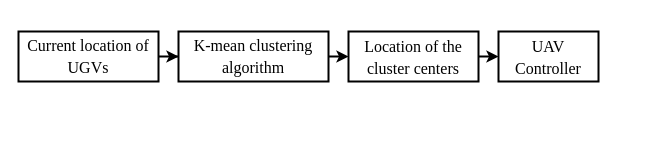
Above: block_diagram_of_path_planning.drawio in mrinmoysarkar/draw_io_projects (draw.io), before the change. Source tidied: cells renumbered, new cells numbered last; positions are measured from the earlier drawing's top-left corner, leaving out a move shared by most shapes. Both pictures are drawn from the tidied source at 100%, with x=0, y=0 at pixel (18, 31).
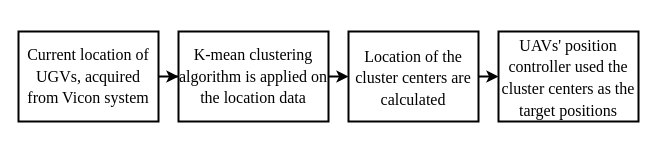
Above is the later version.

Commit message (it also covers changes not shown here):
path planning block diagram is changed

Diff of the diagram source:
```diff
@@
 <mxGraphModel>
   <root>
     <mxCell id="0" />
     <mxCell id="1" parent="0" />
     <mxCell id="2" style="edgeStyle=orthogonalEdgeStyle;rounded=0;jettySize=auto;html=1;exitX=1;exitY=0.5;exitDx=0;exitDy=0;strokeWidth=2;" parent="1" edge="1" source="3" target="5">
       <mxGeometry relative="1" as="geometry" />
     </mxCell>
-    <mxCell id="3" value="&lt;h2&gt;&lt;font face=&quot;Times New Roman&quot; style=&quot;font-weight: normal ; font-size: 16px&quot;&gt;Current location of UGVs&lt;/font&gt;&lt;/h2&gt;" style="rounded=0;whiteSpace=wrap;html=1;strokeWidth=2;" parent="1" vertex="1">
-      <mxGeometry width="140" height="50" as="geometry" />
+    <mxCell id="3" value="&lt;h2&gt;&lt;font face=&quot;Times New Roman&quot; style=&quot;font-weight: normal ; font-size: 16px&quot;&gt;Current location of UGVs, acquired from Vicon system&lt;/font&gt;&lt;/h2&gt;" style="rounded=0;whiteSpace=wrap;html=1;strokeWidth=2;" parent="1" vertex="1">
+      <mxGeometry width="140" height="90" as="geometry" />
     </mxCell>
     <mxCell id="4" style="edgeStyle=orthogonalEdgeStyle;rounded=0;jettySize=auto;html=1;exitX=1;exitY=0.5;exitDx=0;exitDy=0;entryX=0;entryY=0.5;entryDx=0;entryDy=0;strokeWidth=2;" parent="1" edge="1" source="5" target="7">
       <mxGeometry relative="1" as="geometry" />
     </mxCell>
-    <mxCell id="5" value="&lt;h2&gt;&lt;/h2&gt;&lt;h2&gt;&lt;font face=&quot;Times New Roman&quot; style=&quot;font-weight: normal ; font-size: 16px&quot;&gt;K-mean clustering algorithm&lt;/font&gt;&lt;/h2&gt;" style="rounded=0;whiteSpace=wrap;html=1;strokeWidth=2;" parent="1" vertex="1">
-      <mxGeometry x="160" width="150" height="50" as="geometry" />
+    <mxCell id="5" value="&lt;h2&gt;&lt;/h2&gt;&lt;h2&gt;&lt;font face=&quot;Times New Roman&quot; style=&quot;font-weight: normal ; font-size: 16px&quot;&gt;K-mean clustering algorithm is applied on the location data&lt;/font&gt;&lt;/h2&gt;" style="rounded=0;whiteSpace=wrap;html=1;strokeWidth=2;" parent="1" vertex="1">
+      <mxGeometry x="160" width="150" height="90" as="geometry" />
     </mxCell>
     <mxCell id="6" style="edgeStyle=orthogonalEdgeStyle;rounded=0;jettySize=auto;html=1;exitX=1;exitY=0.5;exitDx=0;exitDy=0;entryX=0;entryY=0.5;entryDx=0;entryDy=0;strokeWidth=2;" parent="1" edge="1" source="7" target="8">
       <mxGeometry relative="1" as="geometry" />
     </mxCell>
-    <mxCell id="7" value="&lt;h2&gt;&lt;p align=&quot;center&quot;&gt;&lt;/p&gt;&lt;/h2&gt;&lt;h2&gt;&lt;span style=&quot;font-weight: normal&quot;&gt;&lt;font face=&quot;Times New Roman&quot; style=&quot;font-size: 16px&quot;&gt;Location of the cluster centers&lt;/font&gt;&lt;/span&gt;&lt;/h2&gt;" style="rounded=0;whiteSpace=wrap;html=1;strokeWidth=2;" parent="1" vertex="1">
-      <mxGeometry x="330" width="130" height="50" as="geometry" />
+    <mxCell id="7" value="&lt;h2&gt;&lt;p align=&quot;center&quot;&gt;&lt;/p&gt;&lt;/h2&gt;&lt;h2&gt;&lt;span style=&quot;font-weight: normal&quot;&gt;&lt;font face=&quot;Times New Roman&quot; style=&quot;font-size: 16px&quot;&gt;Location of the cluster centers are calculated&lt;/font&gt;&lt;/span&gt;&lt;/h2&gt;" style="rounded=0;whiteSpace=wrap;html=1;strokeWidth=2;" parent="1" vertex="1">
+      <mxGeometry x="330" width="130" height="90" as="geometry" />
     </mxCell>
-    <mxCell id="8" value="&lt;h2&gt;&lt;p align=&quot;center&quot;&gt;&lt;/p&gt;&lt;/h2&gt;&lt;h2&gt;&lt;span style=&quot;font-weight: normal&quot;&gt;&lt;font face=&quot;Times New Roman&quot; style=&quot;font-size: 16px&quot;&gt;UAV Controller&lt;/font&gt;&lt;/span&gt;&lt;/h2&gt;" style="rounded=0;whiteSpace=wrap;html=1;strokeWidth=2;" parent="1" vertex="1">
-      <mxGeometry x="480" width="100" height="50" as="geometry" />
+    <mxCell id="8" value="&lt;h2&gt;&lt;p align=&quot;center&quot;&gt;&lt;/p&gt;&lt;/h2&gt;&lt;h2&gt;&lt;span style=&quot;font-weight: normal&quot;&gt;&lt;font face=&quot;Times New Roman&quot; style=&quot;font-size: 16px&quot;&gt;UAVs' position controller used the cluster centers as the target positions&lt;/font&gt;&lt;/span&gt;&lt;/h2&gt;" style="rounded=0;whiteSpace=wrap;html=1;strokeWidth=2;" parent="1" vertex="1">
+      <mxGeometry x="480" width="140" height="90" as="geometry" />
     </mxCell>
   </root>
 </mxGraphModel>
```
